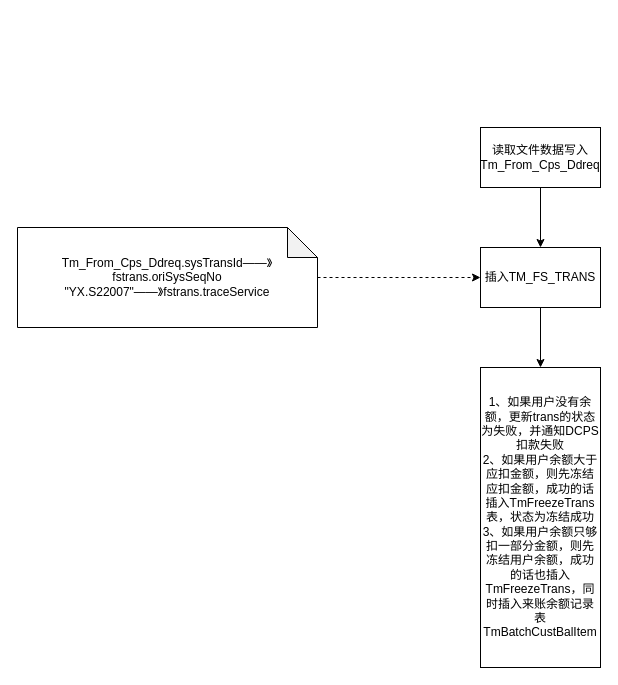
Earlier version of the draw.io diagram 来账部分自扣流程.drawio (staconfree/design). Source tidied: cells renumbered, new cells numbered last; positions are measured from the earlier drawing's top-left corner, leaving out a move shared by most shapes. Both pictures are drawn from the tidied source at 100%, with x=0, y=0 at pixel (17, 127).
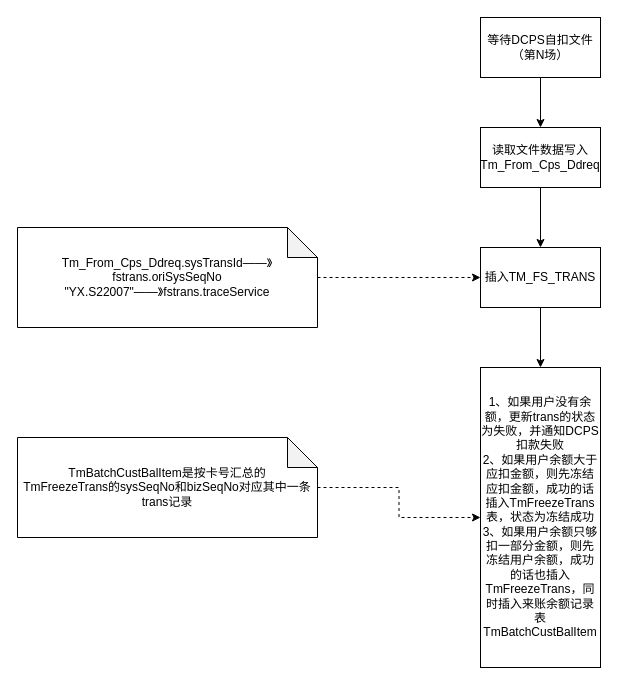
After the change.

Commit message:
更新来账部分自扣流程.drawio

Diff of the diagram source:
```diff
@@
 <mxGraphModel>
   <root>
     <mxCell id="0" />
     <mxCell id="1" parent="0" />
     <mxCell id="2" style="edgeStyle=orthogonalEdgeStyle;rounded=0;jettySize=auto;html=1;" parent="1" edge="1" source="3" target="5">
       <mxGeometry relative="1" as="geometry" />
     </mxCell>
     <mxCell id="3" value="读取文件数据写入Tm_From_Cps_Ddreq" style="rounded=0;whiteSpace=wrap;html=1;" parent="1" vertex="1">
       <mxGeometry x="463" width="120" height="60" as="geometry" />
     </mxCell>
     <mxCell id="4" style="edgeStyle=orthogonalEdgeStyle;rounded=0;jettySize=auto;html=1;" parent="1" edge="1" source="5" target="8">
       <mxGeometry relative="1" as="geometry" />
     </mxCell>
     <mxCell id="5" value="&lt;div&gt;插入TM_FS_TRANS&lt;/div&gt;" style="rounded=0;whiteSpace=wrap;html=1;" parent="1" vertex="1">
       <mxGeometry x="463" y="120" width="120" height="60" as="geometry" />
     </mxCell>
     <mxCell id="6" style="edgeStyle=orthogonalEdgeStyle;rounded=0;jettySize=auto;html=1;dashed=1;entryX=0;entryY=0.5;entryDx=0;entryDy=0;" parent="1" edge="1" source="7" target="5">
       <mxGeometry relative="1" as="geometry" />
     </mxCell>
     <mxCell id="7" value="Tm_From_Cps_Ddreq.sysTransId——》fstrans.oriSysSeqNo&lt;br&gt;&quot;YX.S22007&quot;——》fstrans.traceService" style="shape=note;whiteSpace=wrap;html=1;backgroundOutline=1;darkOpacity=0.05;" parent="1" vertex="1">
       <mxGeometry y="100" width="300" height="100" as="geometry" />
     </mxCell>
     <mxCell id="8" value="&lt;div&gt;1、如果用户没有余额，更新trans的状态为失败，并通知DCPS扣款失败&lt;/div&gt;&lt;div&gt;2、如果用户余额大于应扣金额，则先冻结应扣金额，成功的话插入TmFreezeTrans表，状态为冻结成功&lt;/div&gt;&lt;div&gt;3、如果用户余额只够扣一部分金额，则先冻结用户余额，成功的话也插入TmFreezeTrans，同时插入来账余额记录表TmBatchCustBalItem&lt;/div&gt;" style="rounded=0;whiteSpace=wrap;html=1;" parent="1" vertex="1">
       <mxGeometry x="463" y="240" width="120" height="300" as="geometry" />
     </mxCell>
+    <mxCell id="9" style="edgeStyle=orthogonalEdgeStyle;rounded=0;jettySize=auto;html=1;" parent="1" edge="1" source="10" target="3">
+      <mxGeometry relative="1" as="geometry" />
+    </mxCell>
+    <mxCell id="10" value="等待DCPS自扣文件&lt;br&gt;（第N场）" style="rounded=0;whiteSpace=wrap;html=1;" parent="1" vertex="1">
+      <mxGeometry x="463" y="-110" width="120" height="60" as="geometry" />
+    </mxCell>
+    <mxCell id="11" style="edgeStyle=orthogonalEdgeStyle;rounded=0;jettySize=auto;html=1;dashed=1;" parent="1" edge="1" source="12" target="8">
+      <mxGeometry relative="1" as="geometry" />
+    </mxCell>
+    <mxCell id="12" value="TmBatchCustBalItem是按卡号汇总的&lt;br&gt;TmFreezeTrans的sysSeqNo和bizSeqNo对应其中一条trans记录" style="shape=note;whiteSpace=wrap;html=1;backgroundOutline=1;darkOpacity=0.05;" parent="1" vertex="1">
+      <mxGeometry y="310" width="300" height="100" as="geometry" />
+    </mxCell>
   </root>
 </mxGraphModel>
```
